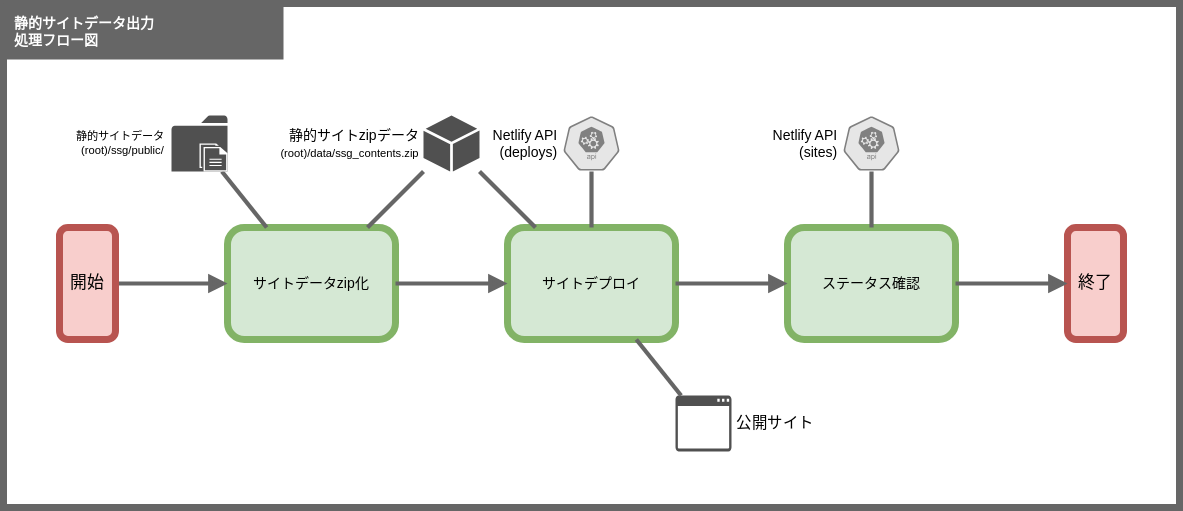
This is doc/201_設計/01510205_サイト公開_処理フロー図.drawio.svg from take4bcreators/cafe-train-prj, a draw.io export, as it was before one commit. Source tidied: cells renumbered, new cells last; positions are measured from the earlier drawing's top-left corner, leaving out a move shared by most shapes.
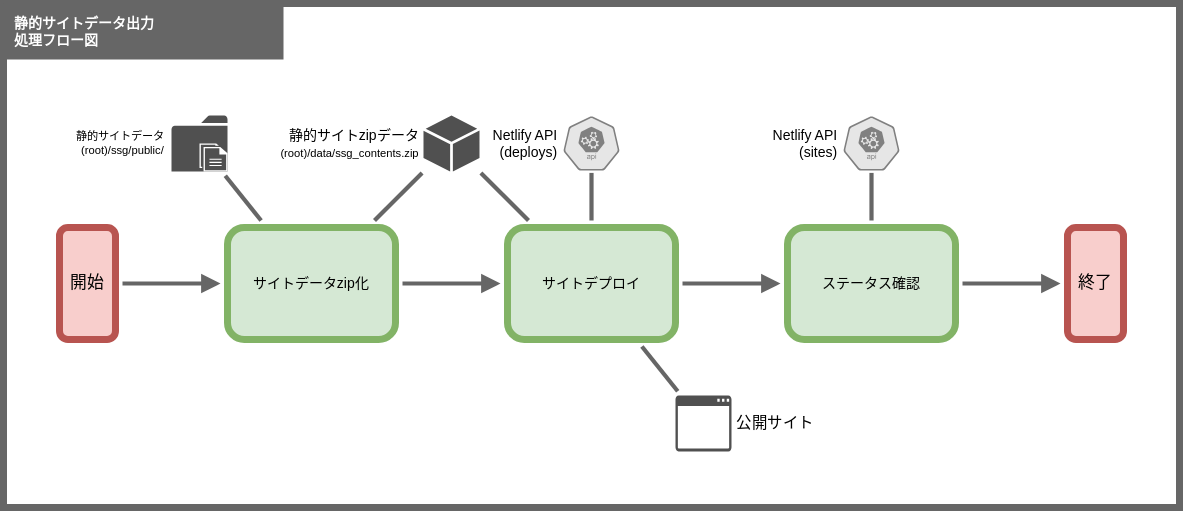
Later version of the same file.

Diff of the diagram source:
```diff
@@ -6,19 +6,19 @@
       <mxGeometry width="840" height="360" as="geometry" />
     </mxCell>
     <mxCell id="3" value="メイン" parent="0" />
-    <mxCell id="4" value="サイトデータzip化" style="rounded=1;whiteSpace=wrap;html=1;fillColor=#d5e8d4;strokeColor=#82b366;strokeWidth=5;fontSize=10;" parent="3" vertex="1">
+    <mxCell id="4" value="サイトデータzip化" style="rounded=1;whiteSpace=wrap;html=1;fillColor=#d5e8d4;strokeColor=#82b366;strokeWidth=5;fontSize=10;perimeterSpacing=5;" parent="3" vertex="1">
       <mxGeometry x="160" y="160" width="120" height="80" as="geometry" />
     </mxCell>
     <mxCell id="5" style="edgeStyle=none;html=1;endArrow=block;endFill=1;strokeColor=#666666;strokeWidth=3;" parent="3" edge="1" source="6" target="4">
       <mxGeometry relative="1" as="geometry" />
     </mxCell>
-    <mxCell id="6" value="開始" style="rounded=1;whiteSpace=wrap;html=1;fillColor=#f8cecc;strokeColor=#b85450;strokeWidth=5;" parent="3" vertex="1">
+    <mxCell id="6" value="開始" style="rounded=1;whiteSpace=wrap;html=1;fillColor=#f8cecc;strokeColor=#b85450;strokeWidth=5;perimeterSpacing=5;" parent="3" vertex="1">
       <mxGeometry x="40" y="160" width="40" height="80" as="geometry" />
     </mxCell>
     <mxCell id="7" style="edgeStyle=none;shape=connector;rounded=1;html=1;labelBackgroundColor=default;fontFamily=Helvetica;fontSize=11;fontColor=default;endArrow=none;endFill=0;strokeColor=#666666;strokeWidth=3;" parent="3" edge="1" source="13" target="4">
       <mxGeometry relative="1" as="geometry" />
     </mxCell>
-    <mxCell id="8" value="終了" style="rounded=1;whiteSpace=wrap;html=1;fillColor=#f8cecc;strokeColor=#b85450;strokeWidth=5;" parent="3" vertex="1">
+    <mxCell id="8" value="終了" style="rounded=1;whiteSpace=wrap;html=1;fillColor=#f8cecc;strokeColor=#b85450;strokeWidth=5;perimeterSpacing=5;" parent="3" vertex="1">
       <mxGeometry x="760" y="160" width="40" height="80" as="geometry" />
     </mxCell>
     <mxCell id="9" value="静的サイトデータ出力&lt;br&gt;処理フロー図" style="rounded=0;whiteSpace=wrap;html=1;fillColor=#666666;strokeColor=none;strokeWidth=5;fontSize=10;fontColor=#FFFFFF;align=left;spacingLeft=6;spacingRight=6;fontStyle=1;" parent="3" vertex="1">
@@ -27,19 +27,19 @@
     <mxCell id="10" style="edgeStyle=none;shape=connector;rounded=1;html=1;labelBackgroundColor=default;fontFamily=Helvetica;fontSize=11;fontColor=default;endArrow=none;endFill=0;strokeColor=#666666;strokeWidth=3;" parent="3" edge="1" source="4" target="15">
       <mxGeometry relative="1" as="geometry" />
     </mxCell>
-    <mxCell id="11" value="サイトデプロイ" style="rounded=1;whiteSpace=wrap;html=1;fillColor=#d5e8d4;strokeColor=#82b366;strokeWidth=5;fontSize=10;" parent="3" vertex="1">
+    <mxCell id="11" value="サイトデプロイ" style="rounded=1;whiteSpace=wrap;html=1;fillColor=#d5e8d4;strokeColor=#82b366;strokeWidth=5;fontSize=10;perimeterSpacing=5;" parent="3" vertex="1">
       <mxGeometry x="360" y="160" width="120" height="80" as="geometry" />
     </mxCell>
-    <mxCell id="12" value="静的サイトデータ&#10;(root)/ssg/public/" style="group;labelPosition=left;verticalLabelPosition=middle;align=right;verticalAlign=middle;spacingLeft=3;spacingRight=3;fontSize=8;" parent="3" vertex="1">
+    <mxCell id="12" value="静的サイトデータ&#10;(root)/ssg/public/" style="group;labelPosition=left;verticalLabelPosition=middle;align=right;verticalAlign=middle;spacingLeft=3;spacingRight=3;fontSize=8;perimeterSpacing=0;" parent="3" vertex="1">
       <mxGeometry x="120" y="80" width="40" height="40" as="geometry" />
     </mxCell>
-    <mxCell id="13" style="sketch=0;shadow=0;dashed=0;html=1;strokeColor=none;fillColor=#505050;labelPosition=center;verticalLabelPosition=bottom;verticalAlign=top;outlineConnect=0;align=center;shape=mxgraph.office.concepts.folder;" parent="12" vertex="1">
+    <mxCell id="13" style="sketch=0;shadow=0;dashed=0;html=1;strokeColor=none;fillColor=#505050;labelPosition=center;verticalLabelPosition=bottom;verticalAlign=top;outlineConnect=0;align=center;shape=mxgraph.office.concepts.folder;perimeterSpacing=3;" parent="12" vertex="1">
       <mxGeometry width="40" height="40" as="geometry" />
     </mxCell>
-    <mxCell id="14" style="sketch=0;shadow=0;dashed=0;html=1;strokeColor=none;fillColor=#FFFFFF;labelPosition=center;verticalLabelPosition=bottom;verticalAlign=top;align=center;shape=mxgraph.office.concepts.documents;" parent="12" vertex="1">
+    <mxCell id="14" style="sketch=0;shadow=0;dashed=0;html=1;strokeColor=none;fillColor=#FFFFFF;labelPosition=center;verticalLabelPosition=bottom;verticalAlign=top;align=center;shape=mxgraph.office.concepts.documents;perimeterSpacing=0;" parent="12" vertex="1">
       <mxGeometry x="20" y="20" width="20" height="20" as="geometry" />
     </mxCell>
-    <mxCell id="15" value="静的サイトzipデータ&lt;br&gt;&lt;font style=&quot;font-size: 8px&quot;&gt;(root)/data/ssg_contents.zip&lt;/font&gt;" style="sketch=0;shadow=0;dashed=0;html=1;strokeColor=none;fillColor=#505050;labelPosition=left;verticalLabelPosition=middle;verticalAlign=middle;outlineConnect=0;align=right;shape=mxgraph.office.concepts.node_generic;fontSize=10;spacingLeft=2;spacingRight=2;" parent="3" vertex="1">
+    <mxCell id="15" value="静的サイトzipデータ&lt;br&gt;&lt;font style=&quot;font-size: 8px&quot;&gt;(root)/data/ssg_contents.zip&lt;/font&gt;" style="sketch=0;shadow=0;dashed=0;html=1;strokeColor=none;fillColor=#505050;labelPosition=left;verticalLabelPosition=middle;verticalAlign=middle;outlineConnect=0;align=right;shape=mxgraph.office.concepts.node_generic;fontSize=10;spacingLeft=2;spacingRight=2;perimeterSpacing=1;" parent="3" vertex="1">
       <mxGeometry x="300" y="80" width="40" height="40" as="geometry" />
     </mxCell>
     <mxCell id="16" style="edgeStyle=none;shape=connector;rounded=1;html=1;labelBackgroundColor=default;fontFamily=Helvetica;fontSize=11;fontColor=default;endArrow=none;endFill=0;strokeColor=#666666;strokeWidth=3;" parent="3" edge="1" source="11" target="15">
@@ -48,13 +48,13 @@
     <mxCell id="17" style="edgeStyle=none;html=1;endArrow=block;endFill=1;strokeColor=#666666;strokeWidth=3;" parent="3" edge="1" source="4" target="11">
       <mxGeometry relative="1" as="geometry" />
     </mxCell>
-    <mxCell id="18" value="公開サイト" style="sketch=0;shadow=0;dashed=0;html=1;strokeColor=none;fillColor=#505050;labelPosition=right;verticalLabelPosition=middle;verticalAlign=middle;outlineConnect=0;align=left;shape=mxgraph.office.concepts.application_generic;fontFamily=Helvetica;fontSize=11;fontColor=default;spacingLeft=2;spacingRight=2;" parent="3" vertex="1">
+    <mxCell id="18" value="公開サイト" style="sketch=0;shadow=0;dashed=0;html=1;strokeColor=none;fillColor=#505050;labelPosition=right;verticalLabelPosition=middle;verticalAlign=middle;outlineConnect=0;align=left;shape=mxgraph.office.concepts.application_generic;fontFamily=Helvetica;fontSize=11;fontColor=default;spacingLeft=2;spacingRight=2;perimeterSpacing=3;" parent="3" vertex="1">
       <mxGeometry x="480" y="280" width="40" height="40" as="geometry" />
     </mxCell>
     <mxCell id="19" style="edgeStyle=none;shape=connector;rounded=1;html=1;labelBackgroundColor=default;fontFamily=Helvetica;fontSize=11;fontColor=default;endArrow=none;endFill=0;strokeColor=#666666;strokeWidth=3;" parent="3" edge="1" source="18" target="11">
       <mxGeometry relative="1" as="geometry" />
     </mxCell>
-    <mxCell id="20" value="ステータス確認" style="rounded=1;whiteSpace=wrap;html=1;fillColor=#d5e8d4;strokeColor=#82b366;strokeWidth=5;fontSize=10;" parent="3" vertex="1">
+    <mxCell id="20" value="ステータス確認" style="rounded=1;whiteSpace=wrap;html=1;fillColor=#d5e8d4;strokeColor=#82b366;strokeWidth=5;fontSize=10;perimeterSpacing=5;" parent="3" vertex="1">
       <mxGeometry x="560" y="160" width="120" height="80" as="geometry" />
     </mxCell>
     <mxCell id="21" style="edgeStyle=none;html=1;endArrow=block;endFill=1;strokeColor=#666666;strokeWidth=3;" parent="3" edge="1" source="11" target="20">
@@ -63,16 +63,16 @@
     <mxCell id="22" style="edgeStyle=none;html=1;endArrow=block;endFill=1;strokeColor=#666666;strokeWidth=3;" parent="3" edge="1" source="20" target="8">
       <mxGeometry relative="1" as="geometry" />
     </mxCell>
-    <mxCell id="23" value="&lt;font style=&quot;font-size: 10px&quot;&gt;Netlify API&lt;br&gt;(deploys)&lt;br&gt;&lt;/font&gt;" style="sketch=0;html=1;dashed=0;whitespace=wrap;fillColor=#E6E6E6;strokeColor=#808080;points=[[0.005,0.63,0],[0.1,0.2,0],[0.9,0.2,0],[0.5,0,0],[0.995,0.63,0],[0.72,0.99,0],[0.5,1,0],[0.28,0.99,0]];shape=mxgraph.kubernetes.icon;prIcon=api;fontFamily=Helvetica;fontSize=8;fontColor=default;spacingLeft=3;labelPosition=left;verticalLabelPosition=middle;align=right;verticalAlign=middle;spacingRight=3;strokeWidth=3;" parent="3" vertex="1">
+    <mxCell id="23" value="&lt;font style=&quot;font-size: 10px&quot;&gt;Netlify API&lt;br&gt;(deploys)&lt;br&gt;&lt;/font&gt;" style="sketch=0;html=1;dashed=0;whitespace=wrap;fillColor=#E6E6E6;strokeColor=#808080;points=[[0.005,0.63,0],[0.1,0.2,0],[0.9,0.2,0],[0.5,0,0],[0.995,0.63,0],[0.72,0.99,0],[0.5,1,0],[0.28,0.99,0]];shape=mxgraph.kubernetes.icon;prIcon=api;fontFamily=Helvetica;fontSize=8;fontColor=default;spacingLeft=3;labelPosition=left;verticalLabelPosition=middle;align=right;verticalAlign=middle;spacingRight=3;strokeWidth=3;perimeterSpacing=1;" parent="3" vertex="1">
       <mxGeometry x="400" y="80" width="40" height="40" as="geometry" />
     </mxCell>
-    <mxCell id="24" style="edgeStyle=none;shape=connector;rounded=1;html=1;labelBackgroundColor=default;fontFamily=Helvetica;fontSize=11;fontColor=default;endArrow=none;endFill=0;strokeColor=#666666;strokeWidth=3;entryX=0.5;entryY=1;entryDx=0;entryDy=0;entryPerimeter=0;" parent="3" edge="1" source="11" target="23">
+    <mxCell id="24" style="edgeStyle=none;shape=connector;rounded=1;html=1;labelBackgroundColor=default;fontFamily=Helvetica;fontSize=11;fontColor=default;endArrow=none;endFill=0;strokeColor=#666666;strokeWidth=3;" parent="3" edge="1" source="11" target="23">
       <mxGeometry relative="1" as="geometry" />
     </mxCell>
-    <mxCell id="25" value="&lt;font style=&quot;font-size: 10px&quot;&gt;Netlify API&lt;br&gt;(sites)&lt;br&gt;&lt;/font&gt;" style="sketch=0;html=1;dashed=0;whitespace=wrap;fillColor=#E6E6E6;strokeColor=#808080;points=[[0.005,0.63,0],[0.1,0.2,0],[0.9,0.2,0],[0.5,0,0],[0.995,0.63,0],[0.72,0.99,0],[0.5,1,0],[0.28,0.99,0]];shape=mxgraph.kubernetes.icon;prIcon=api;fontFamily=Helvetica;fontSize=8;fontColor=default;spacingLeft=3;labelPosition=left;verticalLabelPosition=middle;align=right;verticalAlign=middle;spacingRight=3;strokeWidth=3;" parent="3" vertex="1">
+    <mxCell id="25" value="&lt;font style=&quot;font-size: 10px&quot;&gt;Netlify API&lt;br&gt;(sites)&lt;br&gt;&lt;/font&gt;" style="sketch=0;html=1;dashed=0;whitespace=wrap;fillColor=#E6E6E6;strokeColor=#808080;points=[[0.005,0.63,0],[0.1,0.2,0],[0.9,0.2,0],[0.5,0,0],[0.995,0.63,0],[0.72,0.99,0],[0.5,1,0],[0.28,0.99,0]];shape=mxgraph.kubernetes.icon;prIcon=api;fontFamily=Helvetica;fontSize=8;fontColor=default;spacingLeft=3;labelPosition=left;verticalLabelPosition=middle;align=right;verticalAlign=middle;spacingRight=3;strokeWidth=3;perimeterSpacing=1;" parent="3" vertex="1">
       <mxGeometry x="600" y="80" width="40" height="40" as="geometry" />
     </mxCell>
-    <mxCell id="26" style="edgeStyle=none;shape=connector;rounded=1;html=1;labelBackgroundColor=default;fontFamily=Helvetica;fontSize=11;fontColor=default;endArrow=none;endFill=0;strokeColor=#666666;strokeWidth=3;entryX=0.5;entryY=1;entryDx=0;entryDy=0;entryPerimeter=0;" parent="3" edge="1" source="20" target="25">
+    <mxCell id="26" style="edgeStyle=none;shape=connector;rounded=1;html=1;labelBackgroundColor=default;fontFamily=Helvetica;fontSize=11;fontColor=default;endArrow=none;endFill=0;strokeColor=#666666;strokeWidth=3;" parent="3" edge="1" source="20" target="25">
       <mxGeometry relative="1" as="geometry" />
     </mxCell>
   </root>
```
